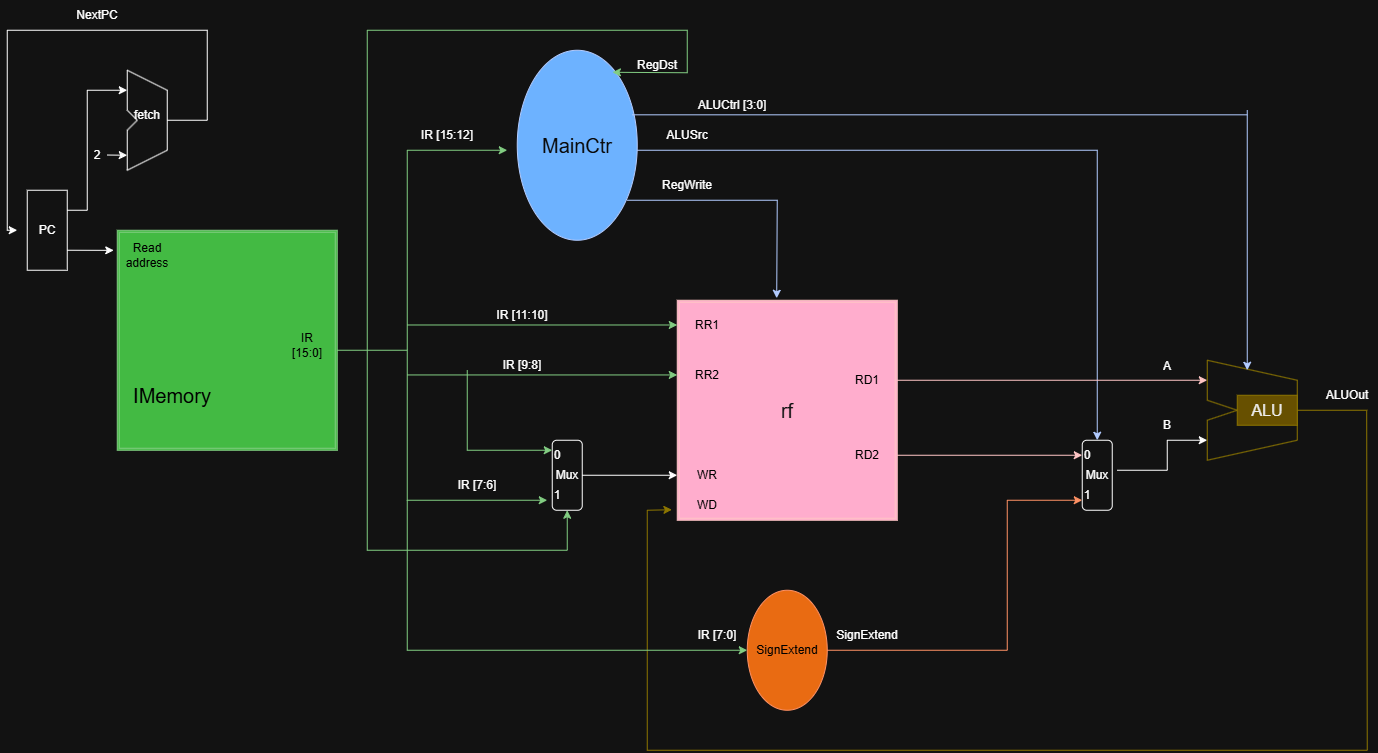
Above: diagrams/Project1_CPU.png in Sean-P-May/ComputerArchProject (draw.io), before the change. Source tidied: cells renumbered, new cells last; positions are measured from the earlier drawing's top-left corner, leaving out a move shared by most shapes.
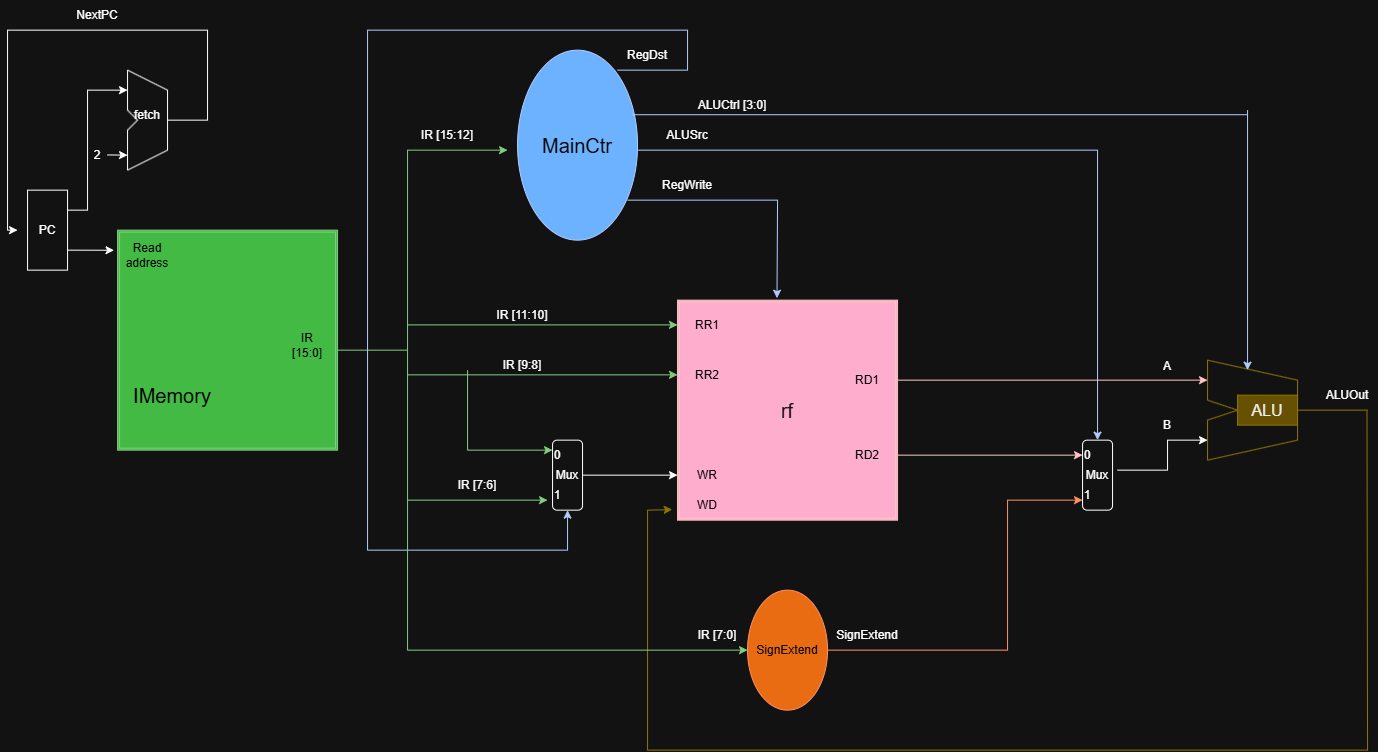
The same diagram one commit later.

Commit message:
fixed/re-uploaded CPU diagram

The edit, as a diff of the source:
```diff
@@ -260,33 +260,31 @@
     <mxCell id="61" style="endArrow=classic;html=1;rounded=0;entryX=0;entryY=0.5;entryDx=0;entryDy=0;exitX=0.5;exitY=0;exitDx=0;exitDy=0;" parent="1" edge="1" source="38" target="26">
       <mxGeometry relative="1" as="geometry" />
     </mxCell>
-    <mxCell id="62" value="RegDst" style="text;html=1;whiteSpace=wrap;strokeColor=none;fillColor=none;align=center;verticalAlign=middle;rounded=0;" parent="1" vertex="1">
-      <mxGeometry x="620" y="50" width="60" height="30" as="geometry" />
-    </mxCell>
-    <mxCell id="63" style="endArrow=none;html=1;rounded=0;exitX=1;exitY=0.75;exitDx=0;exitDy=0;fillColor=#008a00;strokeColor=#005700;" parent="1" edge="1" source="62">
+    <mxCell id="63" style="endArrow=none;html=1;rounded=0;fillColor=#0050ef;strokeColor=#001DBC;" parent="1" edge="1">
       <mxGeometry relative="1" as="geometry">
+        <mxPoint x="680" y="70" as="sourcePoint" />
         <mxPoint x="680" y="30" as="targetPoint" />
       </mxGeometry>
     </mxCell>
-    <mxCell id="64" style="endArrow=none;html=1;rounded=0;fillColor=#008a00;strokeColor=#005700;" parent="1" edge="1">
+    <mxCell id="64" style="endArrow=none;html=1;rounded=0;fillColor=#0050ef;strokeColor=#001DBC;" parent="1" edge="1">
       <mxGeometry relative="1" as="geometry">
         <mxPoint x="360" y="30" as="sourcePoint" />
         <mxPoint x="680" y="30" as="targetPoint" />
       </mxGeometry>
     </mxCell>
-    <mxCell id="65" style="endArrow=none;html=1;rounded=0;fillColor=#008a00;strokeColor=#005700;" parent="1" edge="1">
+    <mxCell id="65" style="endArrow=none;html=1;rounded=0;fillColor=#0050ef;strokeColor=#001DBC;" parent="1" edge="1">
       <mxGeometry relative="1" as="geometry">
         <mxPoint x="360" y="550" as="sourcePoint" />
         <mxPoint x="360" y="30" as="targetPoint" />
       </mxGeometry>
     </mxCell>
-    <mxCell id="66" style="endArrow=none;html=1;rounded=0;fillColor=#008a00;strokeColor=#005700;" parent="1" edge="1">
+    <mxCell id="66" style="endArrow=none;html=1;rounded=0;fillColor=#0050ef;strokeColor=#001DBC;" parent="1" edge="1">
       <mxGeometry relative="1" as="geometry">
         <mxPoint x="360" y="550" as="sourcePoint" />
         <mxPoint x="560" y="550" as="targetPoint" />
       </mxGeometry>
     </mxCell>
-    <mxCell id="67" style="endArrow=classic;html=1;rounded=0;entryX=1;entryY=0.5;entryDx=0;entryDy=0;fillColor=#008a00;strokeColor=#005700;" parent="1" edge="1" target="38">
+    <mxCell id="67" style="endArrow=classic;html=1;rounded=0;entryX=1;entryY=0.5;entryDx=0;entryDy=0;fillColor=#0050ef;strokeColor=#001DBC;" parent="1" edge="1" target="38">
       <mxGeometry relative="1" as="geometry">
         <mxPoint x="560" y="550" as="sourcePoint" />
       </mxGeometry>
@@ -463,8 +461,14 @@
     <mxCell id="102" value="NextPC" style="text;html=1;whiteSpace=wrap;strokeColor=none;fillColor=none;align=center;verticalAlign=middle;rounded=0;" parent="1" vertex="1">
       <mxGeometry x="60" width="60" height="30" as="geometry" />
     </mxCell>
-    <mxCell id="103" style="endArrow=classic;html=1;rounded=0;exitX=1;exitY=0.75;exitDx=0;exitDy=0;entryX=0.116;entryY=0.207;entryDx=0;entryDy=0;entryPerimeter=0;fillColor=#008a00;strokeColor=#005700;" parent="1" edge="1" source="62" target="30">
-      <mxGeometry relative="1" as="geometry" />
-    </mxCell>
+    <mxCell id="104" style="endArrow=none;html=1;rounded=0;fillColor=#0050ef;strokeColor=#001DBC;" parent="1" edge="1">
+      <mxGeometry relative="1" as="geometry">
+        <mxPoint x="610" y="70" as="sourcePoint" />
+        <mxPoint x="680" y="70" as="targetPoint" />
+      </mxGeometry>
+    </mxCell>
+    <mxCell id="62" value="RegDst" style="text;html=1;whiteSpace=wrap;strokeColor=none;fillColor=none;align=center;verticalAlign=middle;rounded=0;" parent="1" vertex="1">
+      <mxGeometry x="610" y="40" width="60" height="30" as="geometry" />
+    </mxCell>
   </root>
 </mxGraphModel>
```
